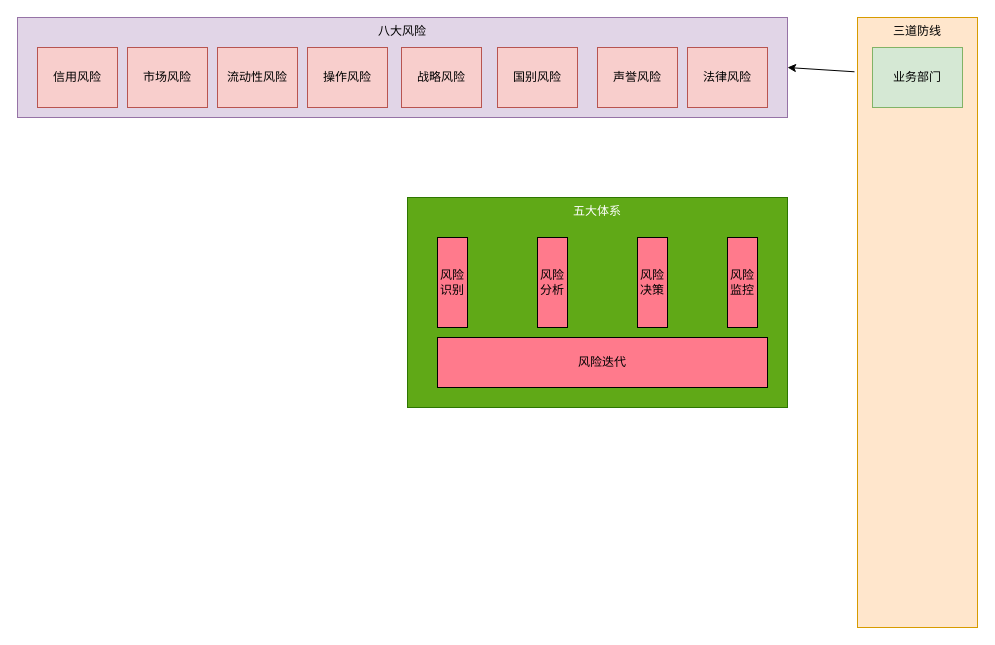
Before: 三道防线-七大系统-五大体系-八大风险.drawio in liojian198/Bin-Blog, a draw.io diagram. Source tidied: cells renumbered, new cells numbered last; positions are measured from the earlier drawing's top-left corner, leaving out a move shared by most shapes. Both pictures are drawn from the tidied source at 100%, with x=0, y=0 at pixel (17, 17).
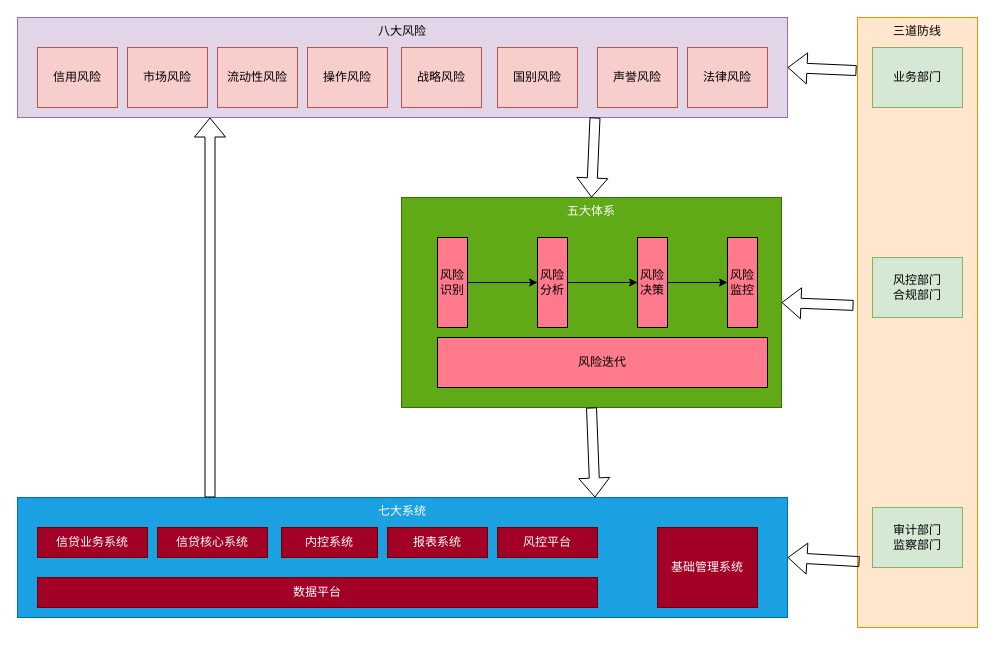
Above is the later version.

Commit message (it also covers changes not shown here):
更新三道防线-七大系统-五大体系-八大风险.drawio

Unchanged cells that the change refers to:
```xml
<mxCell id="2" value="八大风险" style="rounded=0;whiteSpace=wrap;html=1;verticalAlign=top;fillColor=#e1d5e7;strokeColor=#9673a6;" parent="1" vertex="1">
  <mxGeometry width="770" height="100" as="geometry" />
</mxCell>
<mxCell id="11" value="三道防线" style="rounded=0;whiteSpace=wrap;html=1;verticalAlign=top;fillColor=#ffe6cc;strokeColor=#d79b00;" parent="1" vertex="1">
  <mxGeometry x="840" width="120" height="610" as="geometry" />
</mxCell>
<mxCell id="15" value="风险识别" style="rounded=0;whiteSpace=wrap;html=1;fillColor=#FF7A8C;" parent="1" vertex="1">
  <mxGeometry x="420" y="220" width="30" height="90" as="geometry" />
</mxCell>
<mxCell id="16" value="风险分析" style="rounded=0;whiteSpace=wrap;html=1;fillColor=#FF7A8C;" parent="1" vertex="1">
  <mxGeometry x="520" y="220" width="30" height="90" as="geometry" />
</mxCell>
<mxCell id="17" value="风险决策" style="rounded=0;whiteSpace=wrap;html=1;fillColor=#FF7A8C;" parent="1" vertex="1">
  <mxGeometry x="620" y="220" width="30" height="90" as="geometry" />
</mxCell>
<mxCell id="18" value="风险监控" style="rounded=0;whiteSpace=wrap;html=1;fillColor=#FF7A8C;" parent="1" vertex="1">
  <mxGeometry x="710" y="220" width="30" height="90" as="geometry" />
</mxCell>
```

The edit, as a diff of the source:
```diff
@@
-    <mxCell id="13" style="endArrow=classic;html=1;entryX=1;entryY=0.5;entryDx=0;entryDy=0;exitX=-0.025;exitY=0.089;exitDx=0;exitDy=0;exitPerimeter=0;" parent="1" edge="1" source="11" target="2">
-      <mxGeometry relative="1" as="geometry" />
-    </mxCell>
     <mxCell id="14" value="五大体系" style="rounded=0;whiteSpace=wrap;html=1;verticalAlign=top;fillColor=#60a917;strokeColor=#2D7600;fontColor=#ffffff;" parent="1" vertex="1">
-      <mxGeometry x="390" y="180" width="380" height="210" as="geometry" />
+      <mxGeometry x="384" y="180" width="380" height="210" as="geometry" />
     </mxCell>
@@
+    <mxCell id="20" style="shape=flexArrow;endArrow=classic;html=1;exitX=0.75;exitY=1;exitDx=0;exitDy=0;entryX=0.5;entryY=0;entryDx=0;entryDy=0;" parent="1" edge="1" source="2" target="14">
+      <mxGeometry relative="1" as="geometry" />
+    </mxCell>
+    <mxCell id="21" style="endArrow=classic;html=1;entryX=0;entryY=0.5;entryDx=0;entryDy=0;exitX=1;exitY=0.5;exitDx=0;exitDy=0;" parent="1" edge="1" source="15" target="16">
+      <mxGeometry relative="1" as="geometry" />
+    </mxCell>
+    <mxCell id="22" style="endArrow=classic;html=1;entryX=0;entryY=0.5;entryDx=0;entryDy=0;exitX=1;exitY=0.5;exitDx=0;exitDy=0;" parent="1" edge="1" source="16" target="17">
+      <mxGeometry relative="1" as="geometry" />
+    </mxCell>
+    <mxCell id="23" style="endArrow=classic;html=1;entryX=0;entryY=0.5;entryDx=0;entryDy=0;exitX=1;exitY=0.5;exitDx=0;exitDy=0;" parent="1" edge="1" source="17" target="18">
+      <mxGeometry relative="1" as="geometry" />
+    </mxCell>
+    <mxCell id="13" style="shape=flexArrow;endArrow=classic;html=1;exitX=-0.008;exitY=0.087;exitDx=0;exitDy=0;entryX=1;entryY=0.5;entryDx=0;entryDy=0;exitPerimeter=0;" parent="1" edge="1" source="11" target="2">
+      <mxGeometry relative="1" as="geometry" />
+    </mxCell>
+    <mxCell id="24" style="shape=flexArrow;endArrow=classic;html=1;exitX=-0.033;exitY=0.472;exitDx=0;exitDy=0;entryX=1;entryY=0.5;entryDx=0;entryDy=0;exitPerimeter=0;" parent="1" edge="1" source="11" target="14">
+      <mxGeometry relative="1" as="geometry" />
+    </mxCell>
+    <mxCell id="25" value="风控部门&lt;br&gt;合规部门" style="rounded=0;whiteSpace=wrap;html=1;fillColor=#d5e8d4;strokeColor=#82b366;" parent="1" vertex="1">
+      <mxGeometry x="855" y="240" width="90" height="60" as="geometry" />
+    </mxCell>
+    <mxCell id="26" value="审计部门&lt;br&gt;监察部门" style="rounded=0;whiteSpace=wrap;html=1;fillColor=#d5e8d4;strokeColor=#82b366;" parent="1" vertex="1">
+      <mxGeometry x="855" y="490" width="90" height="60" as="geometry" />
+    </mxCell>
+    <mxCell id="27" value="七大系统" style="rounded=0;whiteSpace=wrap;html=1;verticalAlign=top;fillColor=#1ba1e2;strokeColor=#006EAF;fontColor=#ffffff;" parent="1" vertex="1">
+      <mxGeometry y="480" width="770" height="120" as="geometry" />
+    </mxCell>
+    <mxCell id="28" value="信贷业务系统" style="rounded=0;whiteSpace=wrap;html=1;fillColor=#a20025;strokeColor=#6F0000;fontColor=#ffffff;" parent="1" vertex="1">
+      <mxGeometry x="20" y="510" width="110" height="30" as="geometry" />
+    </mxCell>
+    <mxCell id="29" value="信贷核心系统" style="rounded=0;whiteSpace=wrap;html=1;fillColor=#a20025;strokeColor=#6F0000;fontColor=#ffffff;" parent="1" vertex="1">
+      <mxGeometry x="140" y="510" width="110" height="30" as="geometry" />
+    </mxCell>
+    <mxCell id="30" value="内控系统" style="rounded=0;whiteSpace=wrap;html=1;fillColor=#a20025;strokeColor=#6F0000;fontColor=#ffffff;" parent="1" vertex="1">
+      <mxGeometry x="264" y="510" width="96" height="30" as="geometry" />
+    </mxCell>
+    <mxCell id="31" value="报表系统" style="rounded=0;whiteSpace=wrap;html=1;fillColor=#a20025;strokeColor=#6F0000;fontColor=#ffffff;" parent="1" vertex="1">
+      <mxGeometry x="370" y="510" width="100" height="30" as="geometry" />
+    </mxCell>
+    <mxCell id="32" value="风控平台" style="rounded=0;whiteSpace=wrap;html=1;fillColor=#a20025;strokeColor=#6F0000;fontColor=#ffffff;" parent="1" vertex="1">
+      <mxGeometry x="480" y="510" width="100" height="30" as="geometry" />
+    </mxCell>
+    <mxCell id="33" value="数据平台" style="rounded=0;whiteSpace=wrap;html=1;fillColor=#a20025;strokeColor=#6F0000;fontColor=#ffffff;" parent="1" vertex="1">
+      <mxGeometry x="20" y="560" width="560" height="30" as="geometry" />
+    </mxCell>
+    <mxCell id="34" value="基础管理系统" style="rounded=0;whiteSpace=wrap;html=1;fillColor=#a20025;strokeColor=#6F0000;fontColor=#ffffff;" parent="1" vertex="1">
+      <mxGeometry x="640" y="510" width="100" height="80" as="geometry" />
+    </mxCell>
+    <mxCell id="35" style="shape=flexArrow;endArrow=classic;html=1;exitX=0.017;exitY=0.892;exitDx=0;exitDy=0;exitPerimeter=0;entryX=1;entryY=0.5;entryDx=0;entryDy=0;" parent="1" edge="1" source="11" target="27">
+      <mxGeometry relative="1" as="geometry" />
+    </mxCell>
+    <mxCell id="36" style="shape=flexArrow;endArrow=classic;html=1;exitX=0.5;exitY=1;exitDx=0;exitDy=0;entryX=0.75;entryY=0;entryDx=0;entryDy=0;" parent="1" edge="1" source="14" target="27">
+      <mxGeometry relative="1" as="geometry" />
+    </mxCell>
+    <mxCell id="37" style="shape=flexArrow;endArrow=classic;html=1;exitX=0.25;exitY=0;exitDx=0;exitDy=0;entryX=0.25;entryY=1;entryDx=0;entryDy=0;" parent="1" edge="1" source="27" target="2">
+      <mxGeometry relative="1" as="geometry" />
+    </mxCell>
```
